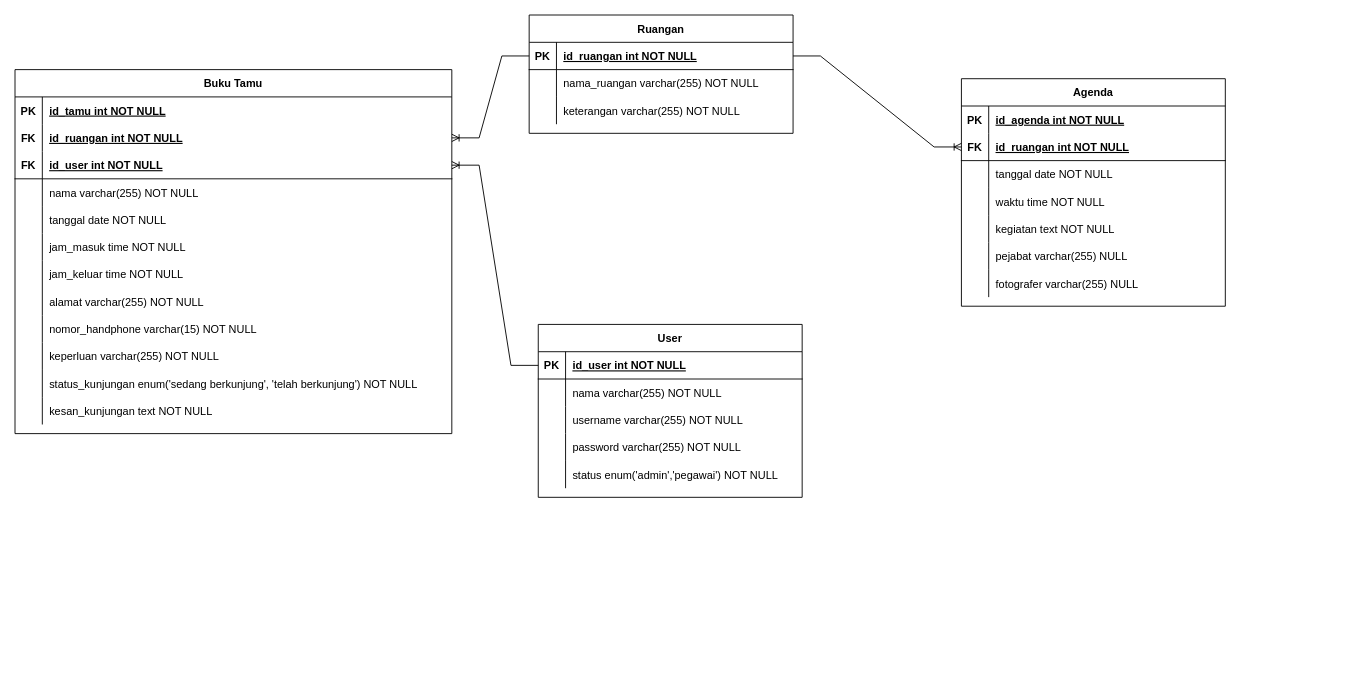
This is database/Database Schema.drawio from yafizh/Buku-Tamu, a draw.io file, before an edit. Source tidied: cells renumbered, new cells numbered last; positions are measured from the earlier drawing's top-left corner, leaving out a move shared by most shapes. Both pictures are drawn from the tidied source at 91%, with x=0, y=0 at pixel (15, 15).
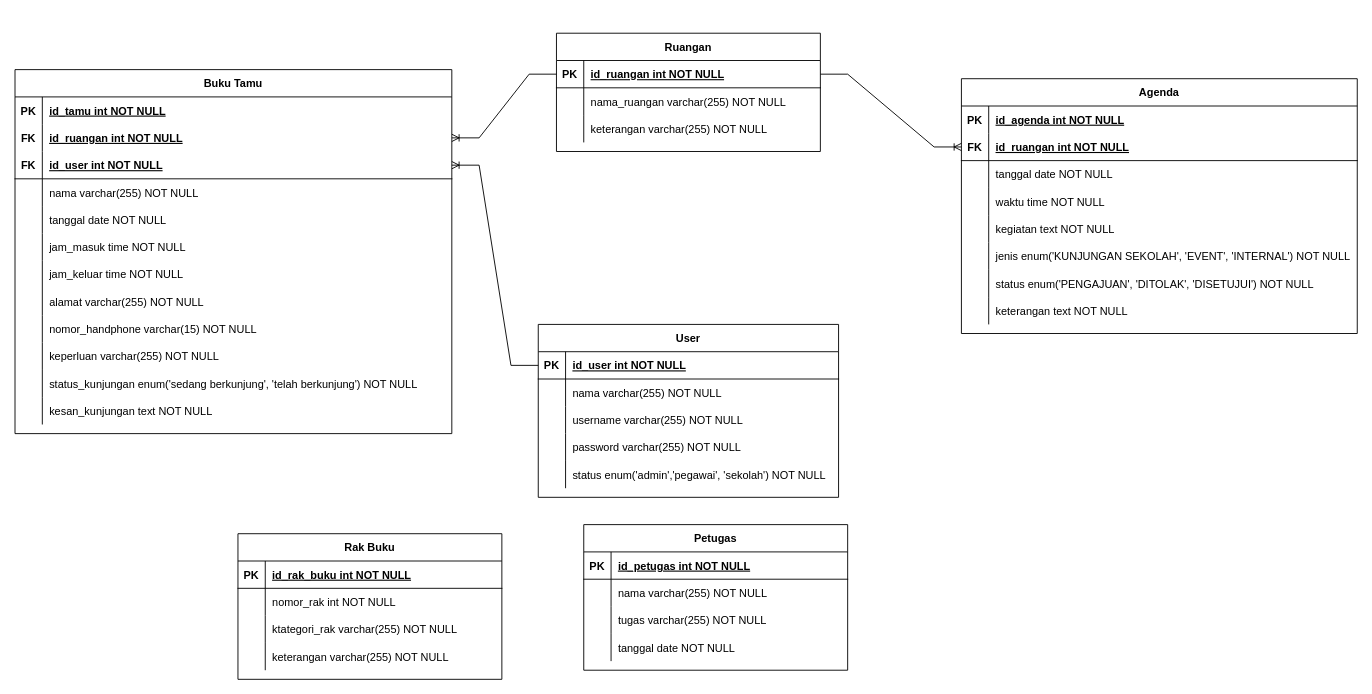
The same page after the edit.

Change to the diagram source:
```diff
@@
     <mxCell id="39" value="User" style="shape=table;startSize=30;childLayout=tableLayout;rowLines=0;fontStyle=1;align=center;" parent="1" vertex="1">
-      <mxGeometry x="575" y="340" width="290" height="190" as="geometry" />
+      <mxGeometry x="575" y="340" width="330" height="190" as="geometry" />
     </mxCell>
     <mxCell id="40" style="shape=partialRectangle;fillColor=none;points=[[0,0.5],[1,0.5]];portConstraint=eastwest;top=0;left=0;right=0;bottom=1;" parent="39" vertex="1">
-      <mxGeometry y="30" width="290" height="30" as="geometry" />
+      <mxGeometry y="30" width="330" height="30" as="geometry" />
     </mxCell>
@@
     <mxCell id="42" value="id_user int NOT NULL " style="shape=partialRectangle;overflow=hidden;fillColor=none;top=0;left=0;bottom=0;right=0;align=left;spacingLeft=6;fontStyle=5;" parent="40" vertex="1">
-      <mxGeometry x="30" width="260" height="30" as="geometry" />
+      <mxGeometry x="30" width="300" height="30" as="geometry" />
     </mxCell>
     <mxCell id="43" style="shape=partialRectangle;fillColor=none;top=0;left=0;right=0;bottom=0;" parent="39" vertex="1">
-      <mxGeometry y="60" width="290" height="30" as="geometry" />
+      <mxGeometry y="60" width="330" height="30" as="geometry" />
     </mxCell>
@@
     <mxCell id="45" value="nama varchar(255) NOT NULL" style="shape=partialRectangle;overflow=hidden;fillColor=none;top=0;left=0;bottom=0;right=0;align=left;spacingLeft=6;" parent="43" vertex="1">
-      <mxGeometry x="30" width="260" height="30" as="geometry" />
+      <mxGeometry x="30" width="300" height="30" as="geometry" />
     </mxCell>
     <mxCell id="46" style="shape=partialRectangle;fillColor=none;top=0;left=0;right=0;bottom=0;" parent="39" vertex="1">
-      <mxGeometry y="90" width="290" height="30" as="geometry" />
+      <mxGeometry y="90" width="330" height="30" as="geometry" />
     </mxCell>
@@
     <mxCell id="48" value="username varchar(255) NOT NULL" style="shape=partialRectangle;overflow=hidden;fillColor=none;top=0;left=0;bottom=0;right=0;align=left;spacingLeft=6;" parent="46" vertex="1">
-      <mxGeometry x="30" width="260" height="30" as="geometry" />
+      <mxGeometry x="30" width="300" height="30" as="geometry" />
     </mxCell>
     <mxCell id="49" style="shape=partialRectangle;fillColor=none;top=0;left=0;right=0;bottom=0;" parent="39" vertex="1">
-      <mxGeometry y="120" width="290" height="30" as="geometry" />
+      <mxGeometry y="120" width="330" height="30" as="geometry" />
     </mxCell>
@@
     <mxCell id="51" value="password varchar(255) NOT NULL" style="shape=partialRectangle;overflow=hidden;fillColor=none;top=0;left=0;bottom=0;right=0;align=left;spacingLeft=6;" parent="49" vertex="1">
-      <mxGeometry x="30" width="260" height="30" as="geometry" />
+      <mxGeometry x="30" width="300" height="30" as="geometry" />
     </mxCell>
     <mxCell id="52" style="shape=partialRectangle;fillColor=none;top=0;left=0;right=0;bottom=0;" parent="39" vertex="1">
-      <mxGeometry y="150" width="290" height="30" as="geometry" />
+      <mxGeometry y="150" width="330" height="30" as="geometry" />
     </mxCell>
@@
-    <mxCell id="54" value="status enum('admin','pegawai') NOT NULL" style="shape=partialRectangle;overflow=hidden;fillColor=none;top=0;left=0;bottom=0;right=0;align=left;spacingLeft=6;" parent="52" vertex="1">
-      <mxGeometry x="30" width="260" height="30" as="geometry" />
+    <mxCell id="54" value="status enum('admin','pegawai', 'sekolah') NOT NULL" style="shape=partialRectangle;overflow=hidden;fillColor=none;top=0;left=0;bottom=0;right=0;align=left;spacingLeft=6;" parent="52" vertex="1">
+      <mxGeometry x="30" width="300" height="30" as="geometry" />
     </mxCell>
@@
     <mxCell id="56" value="Ruangan" style="shape=table;startSize=30;childLayout=tableLayout;rowLines=0;fontStyle=1;align=center;" parent="1" vertex="1">
-      <mxGeometry x="565" width="290" height="130" as="geometry" />
+      <mxGeometry x="595" y="20" width="290" height="130" as="geometry" />
     </mxCell>
@@
     <mxCell id="67" value="Agenda" style="shape=table;startSize=30;childLayout=tableLayout;rowLines=0;fontStyle=1;align=center;" parent="1" vertex="1">
-      <mxGeometry x="1040" y="70" width="290" height="250" as="geometry" />
+      <mxGeometry x="1040" y="70" width="435" height="280" as="geometry" />
     </mxCell>
     <mxCell id="68" style="shape=partialRectangle;fillColor=none;top=0;left=0;right=0;bottom=1;strokeColor=none;" parent="67" vertex="1">
-      <mxGeometry y="30" width="290" height="30" as="geometry" />
+      <mxGeometry y="30" width="435" height="30" as="geometry" />
     </mxCell>
@@
     <mxCell id="70" value="id_agenda int NOT NULL " style="shape=partialRectangle;overflow=hidden;fillColor=none;top=0;left=0;bottom=0;right=0;align=left;spacingLeft=6;fontStyle=5;" parent="68" vertex="1">
-      <mxGeometry x="30" width="260" height="30" as="geometry" />
+      <mxGeometry x="30" width="405" height="30" as="geometry" />
     </mxCell>
     <mxCell id="71" style="shape=partialRectangle;fillColor=none;points=[[0,0.5],[1,0.5]];portConstraint=eastwest;top=0;left=0;right=0;bottom=1;" parent="67" vertex="1">
-      <mxGeometry y="60" width="290" height="30" as="geometry" />
+      <mxGeometry y="60" width="435" height="30" as="geometry" />
     </mxCell>
@@
     <mxCell id="73" value="id_ruangan int NOT NULL " style="shape=partialRectangle;overflow=hidden;fillColor=none;top=0;left=0;bottom=0;right=0;align=left;spacingLeft=6;fontStyle=5;" parent="71" vertex="1">
-      <mxGeometry x="30" width="260" height="30" as="geometry" />
+      <mxGeometry x="30" width="405" height="30" as="geometry" />
     </mxCell>
     <mxCell id="74" style="shape=partialRectangle;fillColor=none;top=0;left=0;right=0;bottom=0;" parent="67" vertex="1">
-      <mxGeometry y="90" width="290" height="30" as="geometry" />
+      <mxGeometry y="90" width="435" height="30" as="geometry" />
     </mxCell>
@@
     <mxCell id="76" value="tanggal date NOT NULL" style="shape=partialRectangle;overflow=hidden;fillColor=none;top=0;left=0;bottom=0;right=0;align=left;spacingLeft=6;" parent="74" vertex="1">
-      <mxGeometry x="30" width="260" height="30" as="geometry" />
+      <mxGeometry x="30" width="405" height="30" as="geometry" />
     </mxCell>
     <mxCell id="77" style="shape=partialRectangle;fillColor=none;top=0;left=0;right=0;bottom=0;" parent="67" vertex="1">
-      <mxGeometry y="120" width="290" height="30" as="geometry" />
+      <mxGeometry y="120" width="435" height="30" as="geometry" />
     </mxCell>
@@
     <mxCell id="79" value="waktu time NOT NULL" style="shape=partialRectangle;overflow=hidden;fillColor=none;top=0;left=0;bottom=0;right=0;align=left;spacingLeft=6;" parent="77" vertex="1">
-      <mxGeometry x="30" width="260" height="30" as="geometry" />
+      <mxGeometry x="30" width="405" height="30" as="geometry" />
     </mxCell>
     <mxCell id="80" style="shape=partialRectangle;fillColor=none;top=0;left=0;right=0;bottom=0;" parent="67" vertex="1">
-      <mxGeometry y="150" width="290" height="30" as="geometry" />
+      <mxGeometry y="150" width="435" height="30" as="geometry" />
     </mxCell>
@@
     <mxCell id="82" value="kegiatan text NOT NULL" style="shape=partialRectangle;overflow=hidden;fillColor=none;top=0;left=0;bottom=0;right=0;align=left;spacingLeft=6;" parent="80" vertex="1">
-      <mxGeometry x="30" width="260" height="30" as="geometry" />
+      <mxGeometry x="30" width="405" height="30" as="geometry" />
     </mxCell>
     <mxCell id="83" style="shape=partialRectangle;fillColor=none;top=0;left=0;right=0;bottom=0;" parent="67" vertex="1">
-      <mxGeometry y="180" width="290" height="30" as="geometry" />
+      <mxGeometry y="180" width="435" height="30" as="geometry" />
     </mxCell>
@@
-    <mxCell id="85" value="pejabat varchar(255) NULL" style="shape=partialRectangle;overflow=hidden;fillColor=none;top=0;left=0;bottom=0;right=0;align=left;spacingLeft=6;" parent="83" vertex="1">
-      <mxGeometry x="30" width="260" height="30" as="geometry" />
+    <mxCell id="85" value="jenis enum('KUNJUNGAN SEKOLAH', 'EVENT', 'INTERNAL') NOT NULL" style="shape=partialRectangle;overflow=hidden;fillColor=none;top=0;left=0;bottom=0;right=0;align=left;spacingLeft=6;" parent="83" vertex="1">
+      <mxGeometry x="30" width="405" height="30" as="geometry" />
     </mxCell>
+    <mxCell id="90" style="shape=partialRectangle;fillColor=none;top=0;left=0;right=0;bottom=0;" parent="67" vertex="1">
+      <mxGeometry y="210" width="435" height="30" as="geometry" />
+    </mxCell>
+    <mxCell id="91" style="shape=partialRectangle;overflow=hidden;fillColor=none;top=0;left=0;bottom=0;right=0;" parent="90" vertex="1">
+      <mxGeometry width="30" height="30" as="geometry" />
+    </mxCell>
+    <mxCell id="92" value="status enum('PENGAJUAN', 'DITOLAK', 'DISETUJUI') NOT NULL" style="shape=partialRectangle;overflow=hidden;fillColor=none;top=0;left=0;bottom=0;right=0;align=left;spacingLeft=6;" parent="90" vertex="1">
+      <mxGeometry x="30" width="405" height="30" as="geometry" />
+    </mxCell>
     <mxCell id="86" style="shape=partialRectangle;fillColor=none;top=0;left=0;right=0;bottom=0;" parent="67" vertex="1">
-      <mxGeometry y="210" width="290" height="30" as="geometry" />
+      <mxGeometry y="240" width="435" height="30" as="geometry" />
     </mxCell>
@@
-    <mxCell id="88" value="fotografer varchar(255) NULL" style="shape=partialRectangle;overflow=hidden;fillColor=none;top=0;left=0;bottom=0;right=0;align=left;spacingLeft=6;" parent="86" vertex="1">
-      <mxGeometry x="30" width="260" height="30" as="geometry" />
+    <mxCell id="88" value="keterangan text NOT NULL" style="shape=partialRectangle;overflow=hidden;fillColor=none;top=0;left=0;bottom=0;right=0;align=left;spacingLeft=6;" parent="86" vertex="1">
+      <mxGeometry x="30" width="405" height="30" as="geometry" />
     </mxCell>
@@
+    <mxCell id="93" value="Rak Buku" style="shape=table;startSize=30;childLayout=tableLayout;rowLines=0;fontStyle=1;align=center;" parent="1" vertex="1">
+      <mxGeometry x="245" y="570" width="290" height="160" as="geometry" />
+    </mxCell>
+    <mxCell id="94" style="shape=partialRectangle;fillColor=none;top=0;left=0;right=0;bottom=1;" parent="93" vertex="1">
+      <mxGeometry y="30" width="290" height="30" as="geometry" />
+    </mxCell>
+    <mxCell id="95" value="PK" style="shape=partialRectangle;overflow=hidden;fillColor=none;top=0;left=0;bottom=0;right=0;fontStyle=1;" parent="94" vertex="1">
+      <mxGeometry width="30" height="30" as="geometry" />
+    </mxCell>
+    <mxCell id="96" value="id_rak_buku int NOT NULL " style="shape=partialRectangle;overflow=hidden;fillColor=none;top=0;left=0;bottom=0;right=0;align=left;spacingLeft=6;fontStyle=5;" parent="94" vertex="1">
+      <mxGeometry x="30" width="260" height="30" as="geometry" />
+    </mxCell>
+    <mxCell id="97" style="shape=partialRectangle;fillColor=none;top=0;left=0;right=0;bottom=0;" parent="93" vertex="1">
+      <mxGeometry y="60" width="290" height="30" as="geometry" />
+    </mxCell>
+    <mxCell id="98" style="shape=partialRectangle;overflow=hidden;fillColor=none;top=0;left=0;bottom=0;right=0;" parent="97" vertex="1">
+      <mxGeometry width="30" height="30" as="geometry" />
+    </mxCell>
+    <mxCell id="99" value="nomor_rak int NOT NULL" style="shape=partialRectangle;overflow=hidden;fillColor=none;top=0;left=0;bottom=0;right=0;align=left;spacingLeft=6;" parent="97" vertex="1">
+      <mxGeometry x="30" width="260" height="30" as="geometry" />
+    </mxCell>
+    <mxCell id="100" style="shape=partialRectangle;fillColor=none;top=0;left=0;right=0;bottom=0;" parent="93" vertex="1">
+      <mxGeometry y="90" width="290" height="30" as="geometry" />
+    </mxCell>
+    <mxCell id="101" style="shape=partialRectangle;overflow=hidden;fillColor=none;top=0;left=0;bottom=0;right=0;" parent="100" vertex="1">
+      <mxGeometry width="30" height="30" as="geometry" />
+    </mxCell>
+    <mxCell id="102" value="ktategori_rak varchar(255) NOT NULL" style="shape=partialRectangle;overflow=hidden;fillColor=none;top=0;left=0;bottom=0;right=0;align=left;spacingLeft=6;" parent="100" vertex="1">
+      <mxGeometry x="30" width="260" height="30" as="geometry" />
+    </mxCell>
+    <mxCell id="103" style="shape=partialRectangle;fillColor=none;top=0;left=0;right=0;bottom=0;" parent="93" vertex="1">
+      <mxGeometry y="120" width="290" height="30" as="geometry" />
+    </mxCell>
+    <mxCell id="104" style="shape=partialRectangle;overflow=hidden;fillColor=none;top=0;left=0;bottom=0;right=0;" parent="103" vertex="1">
+      <mxGeometry width="30" height="30" as="geometry" />
+    </mxCell>
+    <mxCell id="105" value="keterangan varchar(255) NOT NULL" style="shape=partialRectangle;overflow=hidden;fillColor=none;top=0;left=0;bottom=0;right=0;align=left;spacingLeft=6;" parent="103" vertex="1">
+      <mxGeometry x="30" width="260" height="30" as="geometry" />
+    </mxCell>
+    <mxCell id="106" value="Petugas" style="shape=table;startSize=30;childLayout=tableLayout;rowLines=0;fontStyle=1;align=center;" parent="1" vertex="1">
+      <mxGeometry x="625" y="560" width="290" height="160" as="geometry" />
+    </mxCell>
+    <mxCell id="107" style="shape=partialRectangle;fillColor=none;top=0;left=0;right=0;bottom=1;" parent="106" vertex="1">
+      <mxGeometry y="30" width="290" height="30" as="geometry" />
+    </mxCell>
+    <mxCell id="108" value="PK" style="shape=partialRectangle;overflow=hidden;fillColor=none;top=0;left=0;bottom=0;right=0;fontStyle=1;" parent="107" vertex="1">
+      <mxGeometry width="30" height="30" as="geometry" />
+    </mxCell>
+    <mxCell id="109" value="id_petugas int NOT NULL " style="shape=partialRectangle;overflow=hidden;fillColor=none;top=0;left=0;bottom=0;right=0;align=left;spacingLeft=6;fontStyle=5;" parent="107" vertex="1">
+      <mxGeometry x="30" width="260" height="30" as="geometry" />
+    </mxCell>
+    <mxCell id="110" style="shape=partialRectangle;fillColor=none;top=0;left=0;right=0;bottom=0;" parent="106" vertex="1">
+      <mxGeometry y="60" width="290" height="30" as="geometry" />
+    </mxCell>
+    <mxCell id="111" style="shape=partialRectangle;overflow=hidden;fillColor=none;top=0;left=0;bottom=0;right=0;" parent="110" vertex="1">
+      <mxGeometry width="30" height="30" as="geometry" />
+    </mxCell>
+    <mxCell id="112" value="nama varchar(255) NOT NULL" style="shape=partialRectangle;overflow=hidden;fillColor=none;top=0;left=0;bottom=0;right=0;align=left;spacingLeft=6;" parent="110" vertex="1">
+      <mxGeometry x="30" width="260" height="30" as="geometry" />
+    </mxCell>
+    <mxCell id="113" style="shape=partialRectangle;fillColor=none;top=0;left=0;right=0;bottom=0;" parent="106" vertex="1">
+      <mxGeometry y="90" width="290" height="30" as="geometry" />
+    </mxCell>
+    <mxCell id="114" style="shape=partialRectangle;overflow=hidden;fillColor=none;top=0;left=0;bottom=0;right=0;" parent="113" vertex="1">
+      <mxGeometry width="30" height="30" as="geometry" />
+    </mxCell>
+    <mxCell id="115" value="tugas varchar(255) NOT NULL" style="shape=partialRectangle;overflow=hidden;fillColor=none;top=0;left=0;bottom=0;right=0;align=left;spacingLeft=6;" parent="113" vertex="1">
+      <mxGeometry x="30" width="260" height="30" as="geometry" />
+    </mxCell>
+    <mxCell id="116" style="shape=partialRectangle;fillColor=none;top=0;left=0;right=0;bottom=0;" parent="106" vertex="1">
+      <mxGeometry y="120" width="290" height="30" as="geometry" />
+    </mxCell>
+    <mxCell id="117" style="shape=partialRectangle;overflow=hidden;fillColor=none;top=0;left=0;bottom=0;right=0;" parent="116" vertex="1">
+      <mxGeometry width="30" height="30" as="geometry" />
+    </mxCell>
+    <mxCell id="118" value="tanggal date NOT NULL" style="shape=partialRectangle;overflow=hidden;fillColor=none;top=0;left=0;bottom=0;right=0;align=left;spacingLeft=6;" parent="116" vertex="1">
+      <mxGeometry x="30" width="260" height="30" as="geometry" />
+    </mxCell>
```
